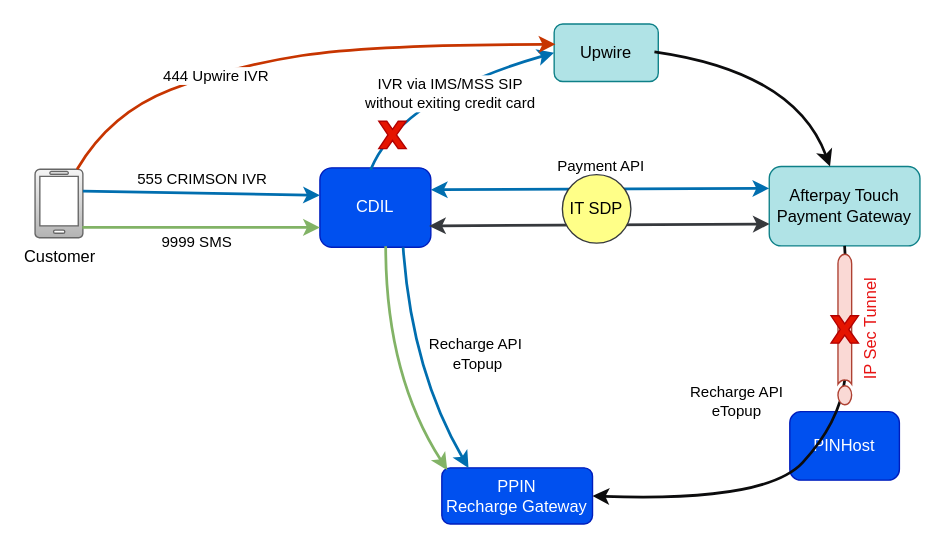
The draw.io diagram Afterpay Touch Diagram.drawio in you-zhou/drawio, before the edit. Source tidied: cells renumbered, new cells numbered last; positions are measured from the earlier drawing's top-left corner, leaving out a move shared by most shapes. Both pictures are drawn from the tidied source at 137%, with x=0, y=0 at pixel (34, 23).
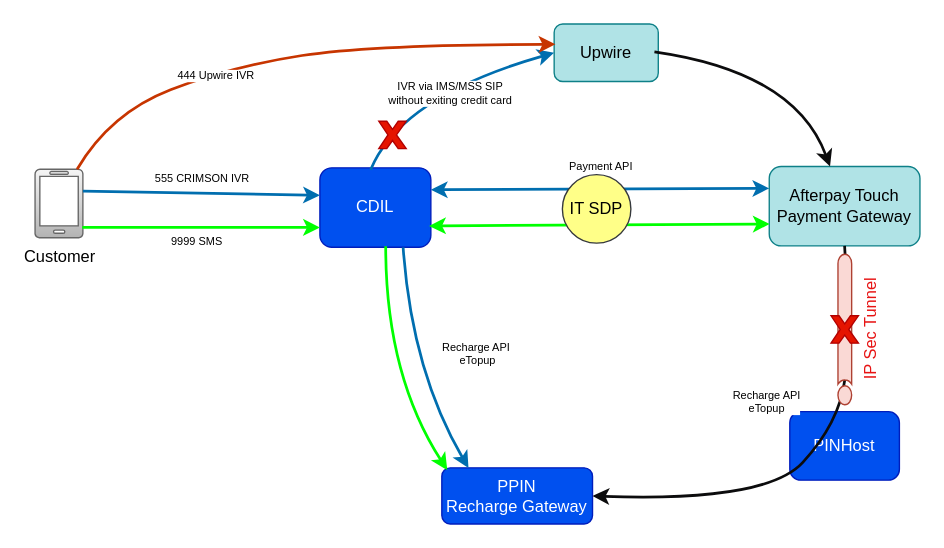
Above is the later version.

The change refers to these unchanged cells:
```xml
<mxCell id="2" value="CDIL" style="rounded=1;whiteSpace=wrap;html=1;fillColor=#0050ef;fontColor=#ffffff;strokeColor=#001DBC;" parent="1" vertex="1">
  <mxGeometry x="208" y="105" width="81" height="58" as="geometry" />
</mxCell>
<mxCell id="3" value="Customer" style="verticalLabelPosition=bottom;html=1;verticalAlign=top;align=center;strokeColor=#666666;fillColor=#f5f5f5;shape=mxgraph.azure.mobile;gradientColor=#b3b3b3;" parent="1" vertex="1">
  <mxGeometry y="106" width="35" height="50" as="geometry" />
</mxCell>
<mxCell id="4" value="Afterpay Touch Payment Gateway" style="rounded=1;whiteSpace=wrap;html=1;fillColor=#b0e3e6;strokeColor=#0e8088;" parent="1" vertex="1">
  <mxGeometry x="536" y="104" width="110" height="58" as="geometry" />
</mxCell>
<mxCell id="6" value="Upwire" style="rounded=1;whiteSpace=wrap;html=1;fillColor=#b0e3e6;strokeColor=#0e8088;" parent="1" vertex="1">
  <mxGeometry x="379" width="76" height="42" as="geometry" />
</mxCell>
<mxCell id="11" value="PPIN&lt;div&gt;Recharge Gateway&lt;/div&gt;" style="rounded=1;whiteSpace=wrap;html=1;fillColor=#0050ef;fontColor=#ffffff;strokeColor=#001DBC;" parent="1" vertex="1">
  <mxGeometry x="297" y="324" width="110" height="41" as="geometry" />
</mxCell>
```

What changed in the source:
```diff
@@
-    <mxCell id="7" value="IVR via IMS/MSS SIP&lt;div&gt;without exiting credit card&lt;/div&gt;" style="curved=1;endArrow=classic;html=1;rounded=0;exitX=0.457;exitY=0.025;exitDx=0;exitDy=0;fillColor=#1ba1e2;strokeColor=#006EAF;strokeWidth=2;entryX=0;entryY=0.5;entryDx=0;entryDy=0;exitPerimeter=0;" parent="1" edge="1" source="2" target="6">
+    <mxCell id="7" value="IVR via IMS/MSS SIP&lt;div style=&quot;font-size: 8px;&quot;&gt;without exiting credit card&lt;/div&gt;" style="curved=1;endArrow=classic;html=1;rounded=0;exitX=0.457;exitY=0.025;exitDx=0;exitDy=0;fillColor=#1ba1e2;strokeColor=#006EAF;strokeWidth=2;entryX=0;entryY=0.5;entryDx=0;entryDy=0;exitPerimeter=0;fontSize=8;" parent="1" edge="1" source="2" target="6">
       <mxGeometry x="0.07" y="-8" relative="1" as="geometry">
         <Array as="points">
           <mxPoint x="267" y="53" />
         </Array>
       </mxGeometry>
     </mxCell>
-    <mxCell id="8" value="555 CRIMSON IVR" style="curved=1;endArrow=classic;html=1;rounded=0;fillColor=#1ba1e2;strokeColor=#006EAF;entryX=0;entryY=0.5;entryDx=0;entryDy=0;strokeWidth=2;exitX=1;exitY=0.5;exitDx=0;exitDy=0;exitPerimeter=0;" parent="1" edge="1">
+    <mxCell id="8" value="555 CRIMSON IVR" style="curved=1;endArrow=classic;html=1;rounded=0;fillColor=#1ba1e2;strokeColor=#006EAF;entryX=0;entryY=0.5;entryDx=0;entryDy=0;strokeWidth=2;exitX=1;exitY=0.5;exitDx=0;exitDy=0;exitPerimeter=0;fontSize=8;" parent="1" edge="1">
       <mxGeometry x="0.01" y="11" relative="1" as="geometry">
         <mxPoint x="35" y="122" as="sourcePoint" />
         <mxPoint x="208" y="125" as="targetPoint" />
       </mxGeometry>
     </mxCell>
-    <mxCell id="9" value="9999 SMS" style="curved=1;endArrow=classic;html=1;rounded=0;entryX=0;entryY=0.75;entryDx=0;entryDy=0;fillColor=#d5e8d4;strokeColor=#82b366;strokeWidth=2;exitX=0.988;exitY=0.848;exitDx=0;exitDy=0;exitPerimeter=0;" parent="1" edge="1" source="3" target="2">
+    <mxCell id="9" value="9999 SMS" style="curved=1;endArrow=classic;html=1;rounded=0;entryX=0;entryY=0.75;entryDx=0;entryDy=0;fillColor=#d5e8d4;strokeColor=#00FF00;strokeWidth=2;exitX=0.988;exitY=0.848;exitDx=0;exitDy=0;exitPerimeter=0;fontSize=8;" parent="1" edge="1" source="3" target="2">
       <mxGeometry x="-0.04" y="-11" relative="1" as="geometry" />
     </mxCell>
-    <mxCell id="10" value="444 Upwire IVR" style="curved=1;endArrow=classic;html=1;rounded=0;entryX=0.012;entryY=0.354;entryDx=0;entryDy=0;fillColor=#fa6800;strokeColor=#C73500;strokeWidth=2;entryPerimeter=0;exitX=0.879;exitY=0;exitDx=0;exitDy=0;exitPerimeter=0;" parent="1" edge="1" source="3" target="6">
+    <mxCell id="10" value="444 Upwire IVR" style="curved=1;endArrow=classic;html=1;rounded=0;entryX=0.012;entryY=0.354;entryDx=0;entryDy=0;fillColor=#fa6800;strokeColor=#C73500;strokeWidth=2;entryPerimeter=0;exitX=0.879;exitY=0;exitDx=0;exitDy=0;exitPerimeter=0;fontSize=8;" parent="1" edge="1" source="3" target="6">
       <mxGeometry x="-0.32" y="-3" relative="1" as="geometry">
         <Array as="points">
           <mxPoint x="55" y="65" />
           <mxPoint x="143" y="31" />
           <mxPoint x="247" y="15" />
         </Array>
       </mxGeometry>
     </mxCell>
@@
-    <mxCell id="12" value="Recharge API&lt;div&gt;eTopup&lt;/div&gt;" style="curved=1;endArrow=classic;html=1;rounded=0;fillColor=#0050ef;strokeColor=#0c0c0d;strokeWidth=2;exitX=0.5;exitY=1;exitDx=0;exitDy=0;entryX=1;entryY=0.5;entryDx=0;entryDy=0;" parent="1" edge="1" source="4" target="11">
-      <mxGeometry x="0.01" y="-65" relative="1" as="geometry">
+    <mxCell id="12" value="Recharge API&lt;div style=&quot;font-size: 8px;&quot;&gt;eTopup&lt;/div&gt;" style="curved=1;endArrow=classic;html=1;rounded=0;fillColor=#0050ef;strokeColor=#0c0c0d;strokeWidth=2;exitX=0.5;exitY=1;exitDx=0;exitDy=0;entryX=1;entryY=0.5;entryDx=0;entryDy=0;fontSize=8;" parent="1" edge="1" source="4" target="11">
+      <mxGeometry x="-0.08" y="-49" relative="1" as="geometry">
         <Array as="points">
           <mxPoint x="595" y="230" />
           <mxPoint x="587" y="291" />
           <mxPoint x="534" y="349" />
         </Array>
       </mxGeometry>
     </mxCell>
@@
-    <mxCell id="15" style="endArrow=classic;startArrow=classic;html=1;rounded=0;exitX=0.986;exitY=0.6;exitDx=0;exitDy=0;strokeWidth=2;fillColor=#ffff88;strokeColor=#36393d;entryX=0.004;entryY=0.593;entryDx=0;entryDy=0;entryPerimeter=0;exitPerimeter=0;" parent="1" edge="1">
+    <mxCell id="15" style="endArrow=classic;startArrow=classic;html=1;rounded=0;exitX=0.986;exitY=0.6;exitDx=0;exitDy=0;strokeWidth=2;fillColor=#cdeb8b;strokeColor=#00FF00;entryX=0.004;entryY=0.593;entryDx=0;entryDy=0;entryPerimeter=0;exitPerimeter=0;" parent="1" edge="1">
       <mxGeometry relative="1" as="geometry">
         <mxPoint x="287.7" y="147.4" as="sourcePoint" />
         <mxPoint x="536.3" y="146" as="targetPoint" />
       </mxGeometry>
     </mxCell>
@@
-    <mxCell id="17" value="Recharge API&amp;nbsp;&lt;div&gt;eTopup&lt;/div&gt;" style="curved=1;endArrow=classic;html=1;rounded=0;fillColor=#1ba1e2;strokeColor=#006EAF;strokeWidth=2;exitX=0.75;exitY=1;exitDx=0;exitDy=0;entryX=0.177;entryY=0.002;entryDx=0;entryDy=0;entryPerimeter=0;" parent="1" edge="1" source="2" target="11">
-      <mxGeometry x="0.21" y="48" relative="1" as="geometry">
+    <mxCell id="17" value="Recharge API&amp;nbsp;&lt;div style=&quot;font-size: 8px;&quot;&gt;eTopup&lt;/div&gt;" style="curved=1;endArrow=classic;html=1;rounded=0;fillColor=#1ba1e2;strokeColor=#006EAF;strokeWidth=2;exitX=0.75;exitY=1;exitDx=0;exitDy=0;entryX=0.177;entryY=0.002;entryDx=0;entryDy=0;entryPerimeter=0;fontSize=8;" parent="1" edge="1" source="2" target="11">
+      <mxGeometry x="0.2" y="48" relative="1" as="geometry">
         <Array as="points">
           <mxPoint x="275" y="253" />
         </Array>
       </mxGeometry>
     </mxCell>
-    <mxCell id="18" style="curved=1;endArrow=classic;html=1;rounded=0;entryX=0.036;entryY=0.039;entryDx=0;entryDy=0;fillColor=#d5e8d4;strokeColor=#82b366;strokeWidth=2;exitX=0.593;exitY=0.986;exitDx=0;exitDy=0;exitPerimeter=0;entryPerimeter=0;" parent="1" edge="1" source="2" target="11">
+    <mxCell id="18" style="curved=1;endArrow=classic;html=1;rounded=0;entryX=0.036;entryY=0.039;entryDx=0;entryDy=0;fillColor=#d5e8d4;strokeColor=#00FF00;strokeWidth=2;exitX=0.593;exitY=0.986;exitDx=0;exitDy=0;exitPerimeter=0;entryPerimeter=0;" parent="1" edge="1" source="2" target="11">
       <mxGeometry x="0.11" y="25" relative="1" as="geometry">
         <Array as="points">
           <mxPoint x="256" y="256" />
         </Array>
       </mxGeometry>
     </mxCell>
-    <mxCell id="19" value="Payment API" style="endArrow=classic;startArrow=classic;html=1;rounded=0;exitX=1;exitY=0.5;exitDx=0;exitDy=0;strokeWidth=2;fillColor=#1ba1e2;strokeColor=#006EAF;" parent="1" edge="1">
+    <mxCell id="19" value="Payment API" style="endArrow=classic;startArrow=classic;html=1;rounded=0;exitX=1;exitY=0.5;exitDx=0;exitDy=0;strokeWidth=2;fillColor=#1ba1e2;strokeColor=#006EAF;fontSize=8;" parent="1" edge="1">
       <mxGeometry y="16" relative="1" as="geometry">
         <mxPoint x="289" y="121" as="sourcePoint" />
         <mxPoint x="536" y="120" as="targetPoint" />
       </mxGeometry>
     </mxCell>
```
